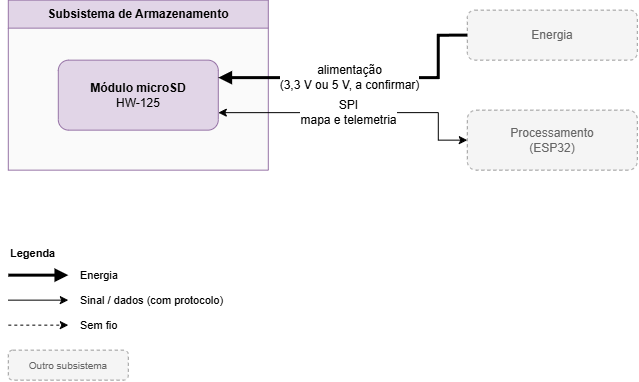
Above: hw/Placa de Integração/Diagrama de blocos/Diagrama de blocos-Armazenamento.drawio.png in fcte-pi1/2026.2_PI1_Grupo2_Hilmer (draw.io), before the change. Source tidied: cells renumbered, new cells last; positions are measured from the earlier drawing's top-left corner, leaving out a move shared by most shapes.
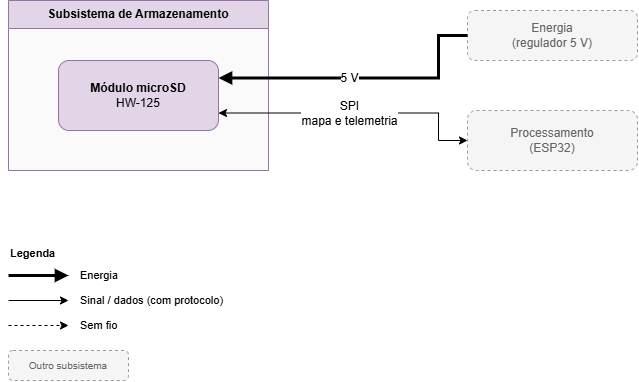
Above is the later version.

Commit message:
[Hardware] Documenta diagrama de blocos e atualiza alimentação

Change to the diagram source:
```diff
@@ -8,13 +8,13 @@
     <mxCell id="3" value="&lt;b&gt;Módulo microSD&lt;/b&gt;&lt;br&gt;HW-125" style="rounded=1;whiteSpace=wrap;html=1;fillColor=#e1d5e7;strokeColor=#9673a6;" parent="2" vertex="1">
       <mxGeometry x="50" y="60" width="160" height="70" as="geometry" />
     </mxCell>
-    <mxCell id="4" value="Energia" style="rounded=1;whiteSpace=wrap;html=1;fillColor=#f5f5f5;strokeColor=#999999;dashed=1;fontColor=#666666;" parent="1" vertex="1">
+    <mxCell id="4" value="Energia&lt;br&gt;(regulador 5 V)" style="rounded=1;whiteSpace=wrap;html=1;fillColor=#f5f5f5;strokeColor=#999999;dashed=1;fontColor=#666666;" parent="1" vertex="1">
       <mxGeometry x="459" y="10" width="170" height="50" as="geometry" />
     </mxCell>
     <mxCell id="5" value="Processamento&lt;br&gt;(ESP32)" style="rounded=1;whiteSpace=wrap;html=1;fillColor=#f5f5f5;strokeColor=#999999;dashed=1;fontColor=#666666;" parent="1" vertex="1">
       <mxGeometry x="459" y="110" width="170" height="60" as="geometry" />
     </mxCell>
-    <mxCell id="6" value="&lt;font style=&quot;font-size: 12px;&quot;&gt;alimentação&lt;br&gt;(3,3 V ou 5 V, a confirmar)&lt;/font&gt;" style="edgeStyle=orthogonalEdgeStyle;rounded=0;jettySize=auto;html=1;labelBackgroundColor=#FFFFFF;fontSize=10;strokeWidth=3;endArrow=block;endFill=1;exitX=0;exitY=0.5;exitDx=0;exitDy=0;entryX=1;entryY=0.25;entryDx=0;entryDy=0;" parent="1" edge="1" source="4" target="3">
+    <mxCell id="6" value="&lt;font style=&quot;font-size: 12px;&quot;&gt;5 V&lt;/font&gt;" style="edgeStyle=orthogonalEdgeStyle;rounded=0;jettySize=auto;html=1;labelBackgroundColor=#FFFFFF;fontSize=10;strokeWidth=3;endArrow=block;endFill=1;exitX=0;exitY=0.5;exitDx=0;exitDy=0;entryX=1;entryY=0.25;entryDx=0;entryDy=0;" parent="1" edge="1" source="4" target="3">
       <mxGeometry x="0.11" relative="1" as="geometry">
         <Array as="points">
           <mxPoint x="430" y="35" />
```
